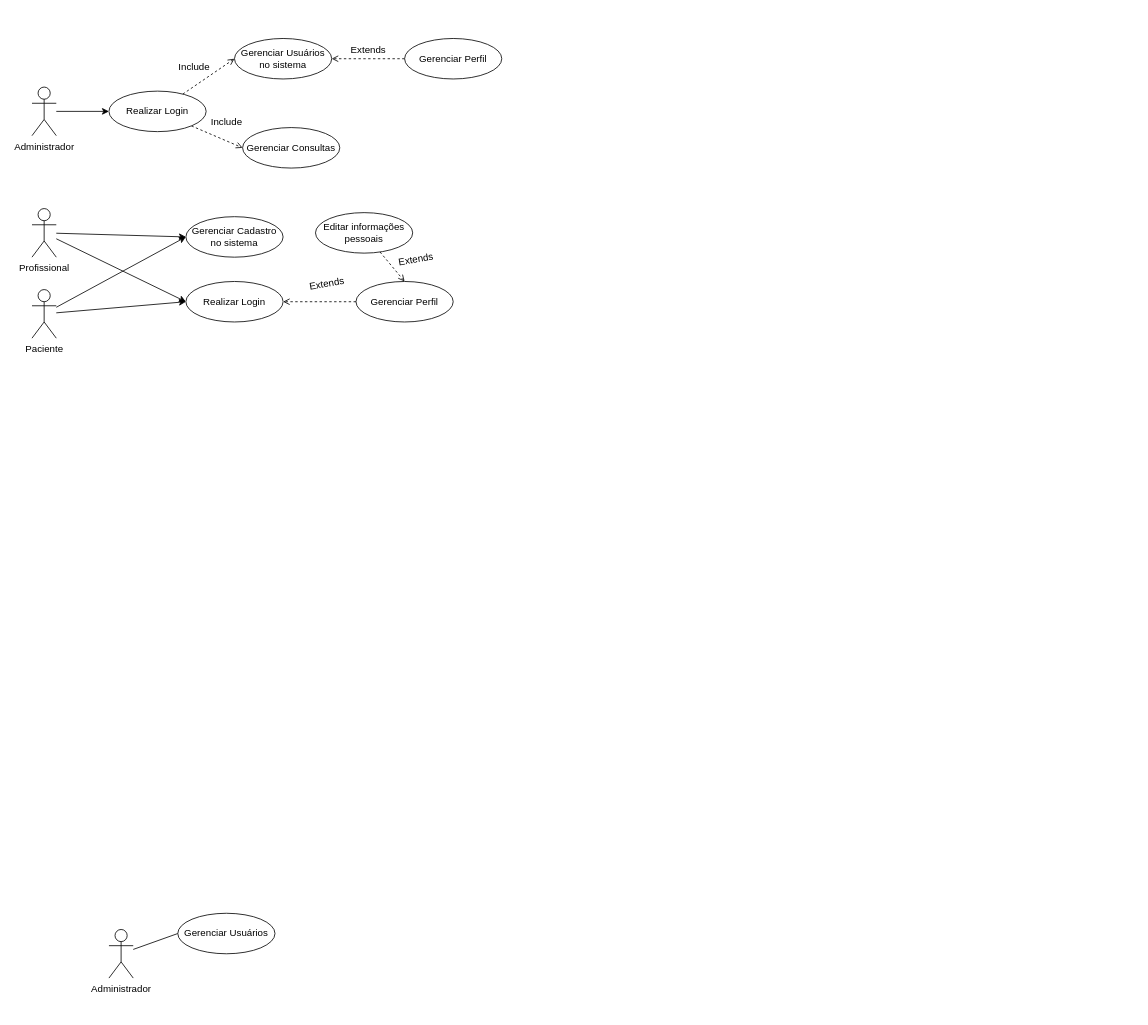
Earlier version of the draw.io diagram Diagrama Caso de Uso MindPlan.drawio (Chibilski/analisesProjeto). Source tidied: cells renumbered, new cells numbered last; positions are measured from the earlier drawing's top-left corner, leaving out a move shared by most shapes. Both pictures are drawn from the tidied source at 81%, with x=0, y=0 at pixel (32, 38).
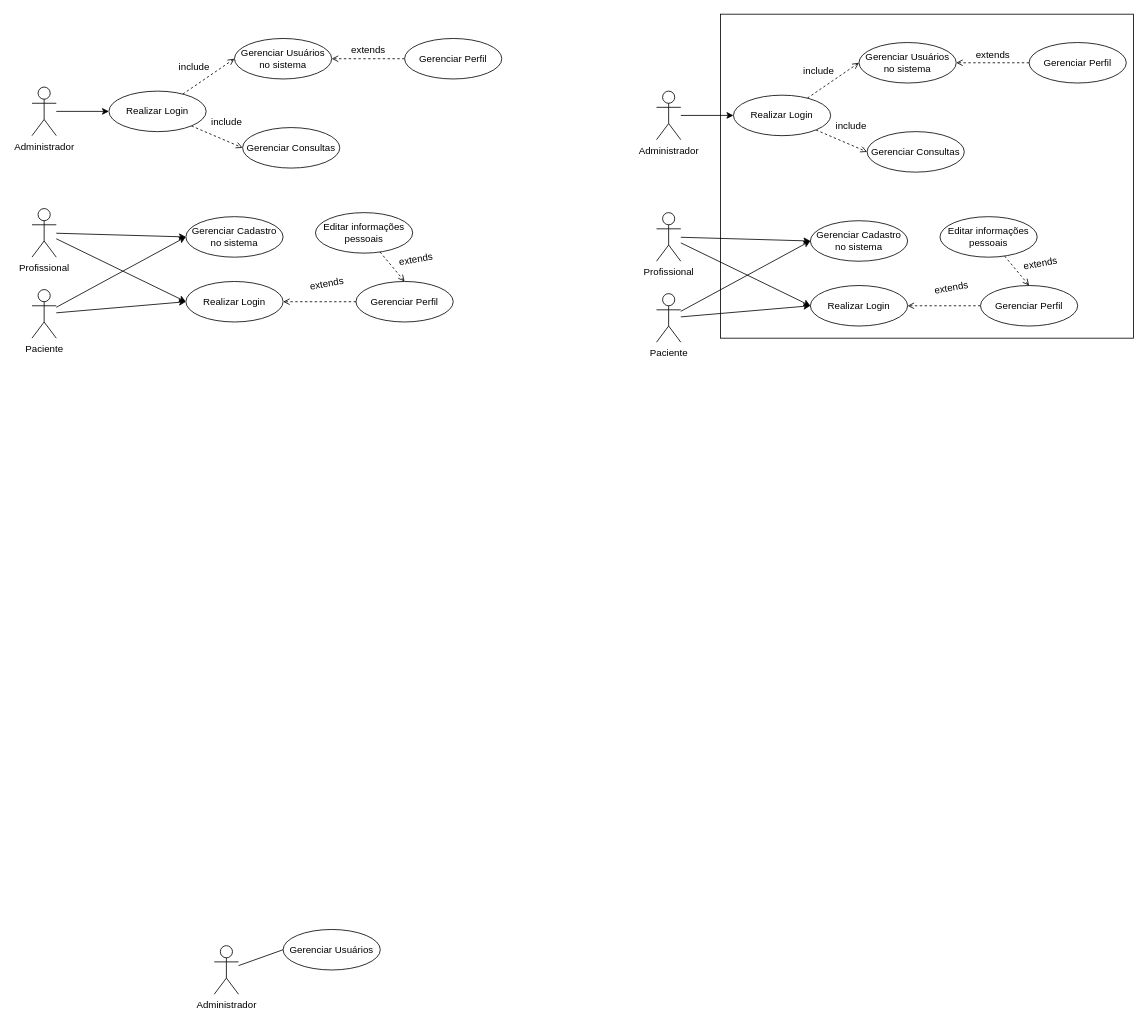
Above is the later version.

The edit, as a diff of the source:
```diff
@@
     <mxCell id="9" value="Administrador" style="shape=umlActor;verticalLabelPosition=bottom;verticalAlign=top;html=1;outlineConnect=0;" parent="1" vertex="1">
-      <mxGeometry x="95" y="1100" width="30" height="60" as="geometry" />
+      <mxGeometry x="225" y="1120" width="30" height="60" as="geometry" />
     </mxCell>
@@
     <mxCell id="14" value="Gerenciar Usuários" style="ellipse;whiteSpace=wrap;html=1;" parent="1" vertex="1">
-      <mxGeometry x="180" y="1080" width="120" height="50" as="geometry" />
+      <mxGeometry x="310" y="1100" width="120" height="50" as="geometry" />
     </mxCell>
-    <mxCell id="15" value="Extends&lt;div&gt;&lt;br&gt;&lt;/div&gt;" style="text;html=1;align=center;verticalAlign=middle;strokeColor=none;fillColor=none;rotation=-10;" parent="1" vertex="1">
+    <mxCell id="15" value="extends&lt;div&gt;&lt;br&gt;&lt;/div&gt;" style="text;html=1;align=center;verticalAlign=middle;strokeColor=none;fillColor=none;rotation=-10;" parent="1" vertex="1">
       <mxGeometry x="330" y="290" width="70" height="40" as="geometry" />
     </mxCell>
@@
-    <mxCell id="18" value="Extends&lt;div&gt;&lt;br&gt;&lt;/div&gt;" style="text;html=1;align=center;verticalAlign=middle;strokeColor=none;fillColor=none;rotation=-10;" parent="1" vertex="1">
+    <mxCell id="18" value="extends&lt;div&gt;&lt;br&gt;&lt;/div&gt;" style="text;html=1;align=center;verticalAlign=middle;strokeColor=none;fillColor=none;rotation=-10;" parent="1" vertex="1">
       <mxGeometry x="440" y="260" width="70" height="40" as="geometry" />
     </mxCell>
@@
+    <mxCell id="31" style="rounded=0;whiteSpace=wrap;html=1;" parent="1" vertex="1">
+      <mxGeometry x="850" y="-30" width="510" height="400" as="geometry" />
+    </mxCell>
@@
-    <mxCell id="26" value="Include" style="text;html=1;align=center;verticalAlign=middle;strokeColor=none;fillColor=none;" parent="1" vertex="1">
+    <mxCell id="26" value="include" style="text;html=1;align=center;verticalAlign=middle;strokeColor=none;fillColor=none;" parent="1" vertex="1">
       <mxGeometry x="170" y="20" width="60" height="30" as="geometry" />
     </mxCell>
-    <mxCell id="27" value="Include" style="text;html=1;align=center;verticalAlign=middle;strokeColor=none;fillColor=none;" parent="1" vertex="1">
+    <mxCell id="27" value="include" style="text;html=1;align=center;verticalAlign=middle;strokeColor=none;fillColor=none;" parent="1" vertex="1">
       <mxGeometry x="210" y="88" width="60" height="30" as="geometry" />
     </mxCell>
@@
-    <mxCell id="30" value="Extends" style="text;html=1;align=center;verticalAlign=middle;strokeColor=none;fillColor=none;" parent="1" vertex="1">
+    <mxCell id="30" value="extends" style="text;html=1;align=center;verticalAlign=middle;strokeColor=none;fillColor=none;" parent="1" vertex="1">
       <mxGeometry x="380" width="70" height="30" as="geometry" />
     </mxCell>
+    <mxCell id="32" style="rounded=0;jettySize=auto;html=1;entryX=0;entryY=0.5;entryDx=0;entryDy=0;endArrow=classic;endFill=1;startFill=0;" parent="1" edge="1" source="34" target="38">
+      <mxGeometry relative="1" as="geometry" />
+    </mxCell>
+    <mxCell id="33" style="rounded=0;jettySize=auto;html=1;entryX=0;entryY=0.5;entryDx=0;entryDy=0;" parent="1" edge="1" source="34" target="39">
+      <mxGeometry relative="1" as="geometry" />
+    </mxCell>
+    <mxCell id="34" value="Paciente" style="shape=umlActor;verticalLabelPosition=bottom;verticalAlign=top;html=1;outlineConnect=0;" parent="1" vertex="1">
+      <mxGeometry x="771" y="315" width="30" height="60" as="geometry" />
+    </mxCell>
+    <mxCell id="35" style="rounded=0;jettySize=auto;html=1;entryX=0;entryY=0.5;entryDx=0;entryDy=0;" parent="1" edge="1" source="37" target="38">
+      <mxGeometry relative="1" as="geometry" />
+    </mxCell>
+    <mxCell id="36" style="rounded=0;jettySize=auto;html=1;entryX=0;entryY=0.5;entryDx=0;entryDy=0;" parent="1" edge="1" source="37" target="39">
+      <mxGeometry relative="1" as="geometry" />
+    </mxCell>
+    <mxCell id="37" value="Profissional" style="shape=umlActor;verticalLabelPosition=bottom;verticalAlign=top;html=1;outlineConnect=0;" parent="1" vertex="1">
+      <mxGeometry x="771" y="215" width="30" height="60" as="geometry" />
+    </mxCell>
+    <mxCell id="38" value="Gerenciar Cadastro no sistema" style="ellipse;whiteSpace=wrap;html=1;" parent="1" vertex="1">
+      <mxGeometry x="961" y="225" width="120" height="50" as="geometry" />
+    </mxCell>
+    <mxCell id="39" value="Realizar Login" style="ellipse;whiteSpace=wrap;html=1;" parent="1" vertex="1">
+      <mxGeometry x="961" y="305" width="120" height="50" as="geometry" />
+    </mxCell>
+    <mxCell id="40" style="rounded=0;jettySize=auto;html=1;entryX=1;entryY=0.5;entryDx=0;entryDy=0;dashed=1;endArrow=open;endFill=0;" parent="1" edge="1" source="41" target="39">
+      <mxGeometry relative="1" as="geometry" />
+    </mxCell>
+    <mxCell id="41" value="Gerenciar Perfil" style="ellipse;whiteSpace=wrap;html=1;" parent="1" vertex="1">
+      <mxGeometry x="1171" y="305" width="120" height="50" as="geometry" />
+    </mxCell>
+    <mxCell id="42" value="extends&lt;div&gt;&lt;br&gt;&lt;/div&gt;" style="text;html=1;align=center;verticalAlign=middle;strokeColor=none;fillColor=none;rotation=-10;" parent="1" vertex="1">
+      <mxGeometry x="1101" y="295" width="70" height="40" as="geometry" />
+    </mxCell>
+    <mxCell id="43" style="rounded=0;jettySize=auto;html=1;entryX=0.5;entryY=0;entryDx=0;entryDy=0;dashed=1;endArrow=open;endFill=0;" parent="1" edge="1" source="44" target="41">
+      <mxGeometry relative="1" as="geometry" />
+    </mxCell>
+    <mxCell id="44" value="Editar informações pessoais" style="ellipse;whiteSpace=wrap;html=1;" parent="1" vertex="1">
+      <mxGeometry x="1121" y="220" width="120" height="50" as="geometry" />
+    </mxCell>
+    <mxCell id="45" value="extends&lt;div&gt;&lt;br&gt;&lt;/div&gt;" style="text;html=1;align=center;verticalAlign=middle;strokeColor=none;fillColor=none;rotation=-10;" parent="1" vertex="1">
+      <mxGeometry x="1211" y="265" width="70" height="40" as="geometry" />
+    </mxCell>
+    <mxCell id="46" style="rounded=0;jettySize=auto;html=1;entryX=0;entryY=0.5;entryDx=0;entryDy=0;" parent="1" edge="1" source="47" target="52">
+      <mxGeometry relative="1" as="geometry" />
+    </mxCell>
+    <mxCell id="47" value="Administrador" style="shape=umlActor;verticalLabelPosition=bottom;verticalAlign=top;html=1;outlineConnect=0;" parent="1" vertex="1">
+      <mxGeometry x="771" y="65" width="30" height="60" as="geometry" />
+    </mxCell>
+    <mxCell id="48" value="Gerenciar Usuários no sistema" style="ellipse;whiteSpace=wrap;html=1;" parent="1" vertex="1">
+      <mxGeometry x="1021" y="5" width="120" height="50" as="geometry" />
+    </mxCell>
+    <mxCell id="49" value="Gerenciar Consultas" style="ellipse;whiteSpace=wrap;html=1;" parent="1" vertex="1">
+      <mxGeometry x="1031" y="115" width="120" height="50" as="geometry" />
+    </mxCell>
+    <mxCell id="50" style="rounded=0;jettySize=auto;html=1;entryX=0;entryY=0.5;entryDx=0;entryDy=0;dashed=1;endArrow=open;endFill=0;" parent="1" edge="1" source="52" target="48">
+      <mxGeometry relative="1" as="geometry" />
+    </mxCell>
+    <mxCell id="51" style="rounded=0;jettySize=auto;html=1;entryX=0;entryY=0.5;entryDx=0;entryDy=0;dashed=1;endArrow=open;endFill=0;" parent="1" edge="1" source="52" target="49">
+      <mxGeometry relative="1" as="geometry" />
+    </mxCell>
+    <mxCell id="52" value="Realizar Login" style="ellipse;whiteSpace=wrap;html=1;" parent="1" vertex="1">
+      <mxGeometry x="866" y="70" width="120" height="50" as="geometry" />
+    </mxCell>
+    <mxCell id="53" value="include" style="text;html=1;align=center;verticalAlign=middle;strokeColor=none;fillColor=none;" parent="1" vertex="1">
+      <mxGeometry x="941" y="25" width="60" height="30" as="geometry" />
+    </mxCell>
+    <mxCell id="54" value="include" style="text;html=1;align=center;verticalAlign=middle;strokeColor=none;fillColor=none;" parent="1" vertex="1">
+      <mxGeometry x="981" y="93" width="60" height="30" as="geometry" />
+    </mxCell>
+    <mxCell id="55" style="edgeStyle=orthogonalEdgeStyle;rounded=0;jettySize=auto;html=1;dashed=1;endArrow=open;endFill=0;" parent="1" edge="1" source="56" target="48">
+      <mxGeometry relative="1" as="geometry" />
+    </mxCell>
+    <mxCell id="56" value="Gerenciar Perfil" style="ellipse;whiteSpace=wrap;html=1;" parent="1" vertex="1">
+      <mxGeometry x="1231" y="5" width="120" height="50" as="geometry" />
+    </mxCell>
+    <mxCell id="57" value="extends" style="text;html=1;align=center;verticalAlign=middle;strokeColor=none;fillColor=none;" parent="1" vertex="1">
+      <mxGeometry x="1151" y="5" width="70" height="30" as="geometry" />
+    </mxCell>
```
